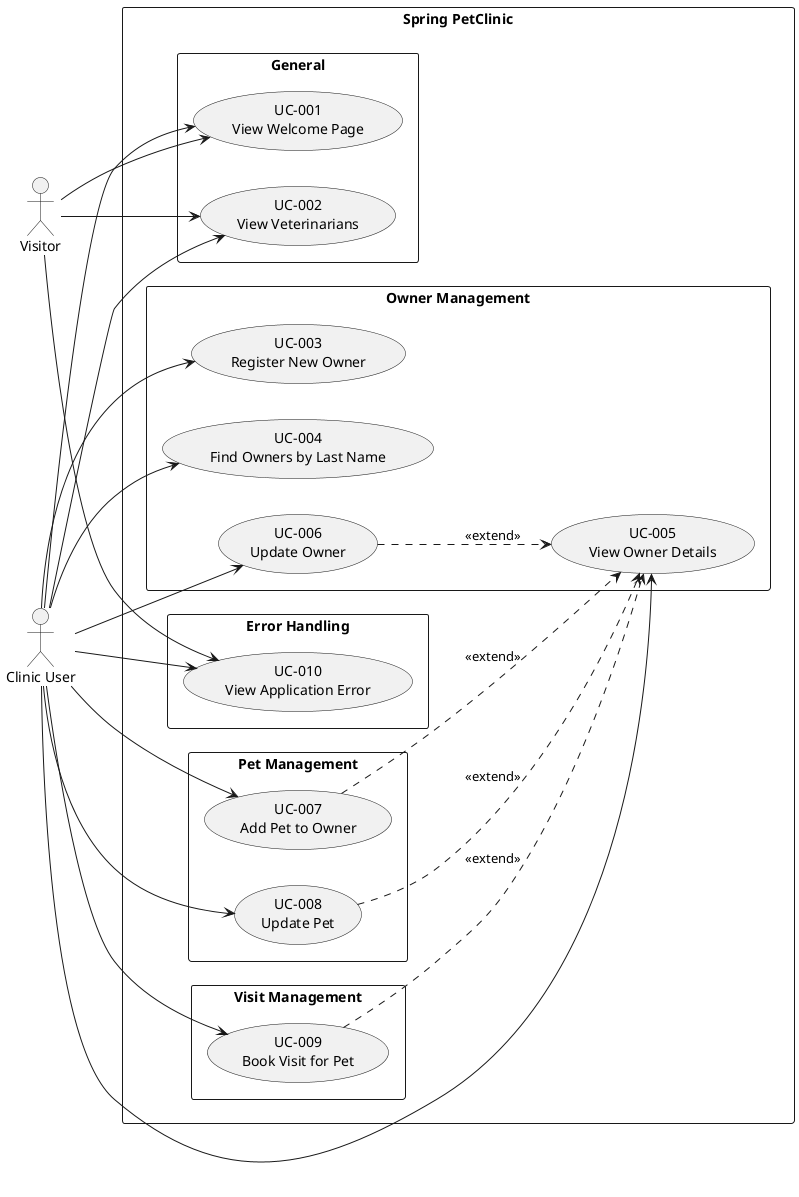
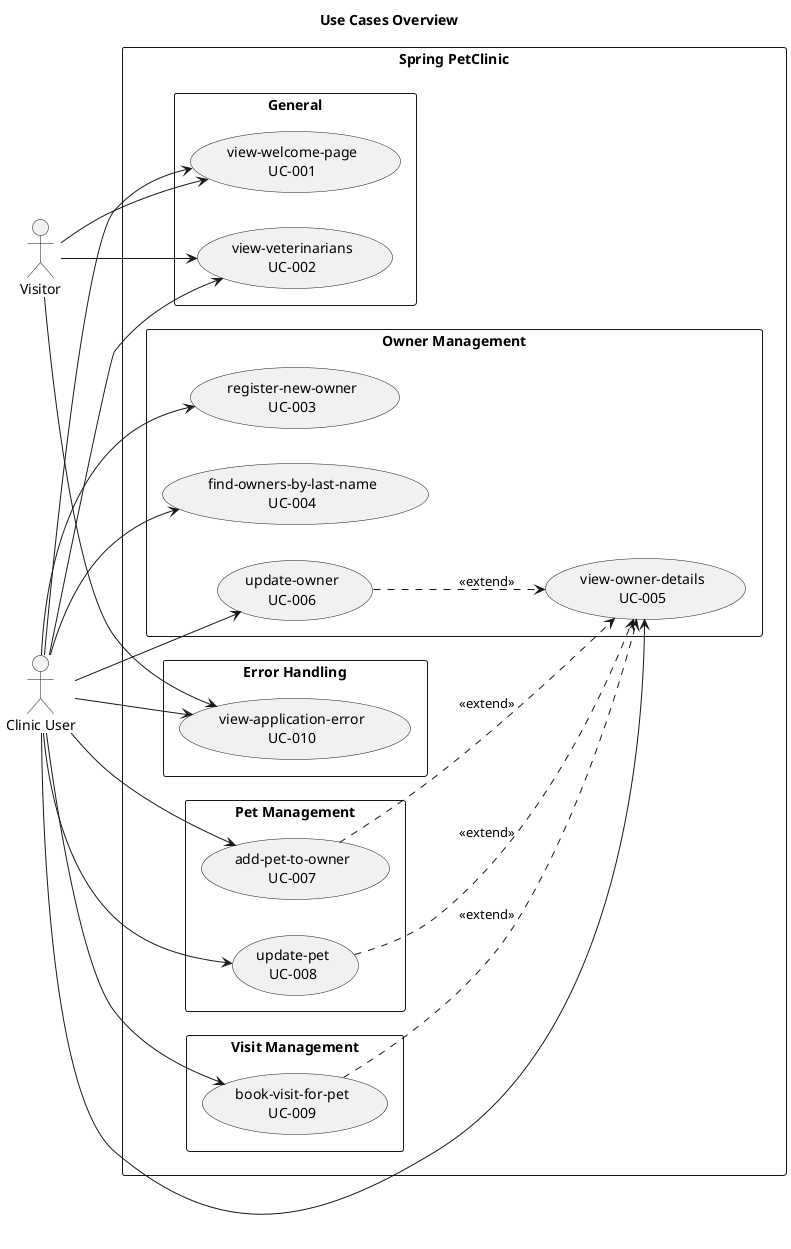
- @startuml Use Cases Overview
+ @startuml
+ title Use Cases Overview
left to right direction
skinparam packageStyle rectangle

actor "Visitor" as visitor
actor "Clinic User" as user

rectangle "Spring PetClinic" {

    package "General" {
-         usecase "UC-001\nView Welcome Page" as UC001
-         usecase "UC-002\nView Veterinarians" as UC002
+         usecase "view-welcome-page\nUC-001" as UC001
+         usecase "view-veterinarians\nUC-002" as UC002
    }

    package "Owner Management" {
-         usecase "UC-003\nRegister New Owner" as UC003
-         usecase "UC-004\nFind Owners by Last Name" as UC004
-         usecase "UC-005\nView Owner Details" as UC005
-         usecase "UC-006\nUpdate Owner" as UC006
+         usecase "register-new-owner\nUC-003" as UC003
+         usecase "find-owners-by-last-name\nUC-004" as UC004
+         usecase "view-owner-details\nUC-005" as UC005
+         usecase "update-owner\nUC-006" as UC006
    }

    package "Pet Management" {
-         usecase "UC-007\nAdd Pet to Owner" as UC007
-         usecase "UC-008\nUpdate Pet" as UC008
+         usecase "add-pet-to-owner\nUC-007" as UC007
+         usecase "update-pet\nUC-008" as UC008
    }

    package "Visit Management" {
-         usecase "UC-009\nBook Visit for Pet" as UC009
+         usecase "book-visit-for-pet\nUC-009" as UC009
    }

    package "Error Handling" {
-         usecase "UC-010\nView Application Error" as UC010
+         usecase "view-application-error\nUC-010" as UC010
    }
}

' Visitor — anonymous, read-only access
visitor --> UC001
visitor --> UC002
visitor --> UC010

' Clinic User — inherits visitor access plus management use cases
user --> UC001
user --> UC002
user --> UC003
user --> UC004
user --> UC005
user --> UC006
user --> UC007
user --> UC008
user --> UC009
user --> UC010

' Relationships
UC007 ..> UC005 : <<extend>>
UC008 ..> UC005 : <<extend>>
UC009 ..> UC005 : <<extend>>
UC006 ..> UC005 : <<extend>>

@enduml
